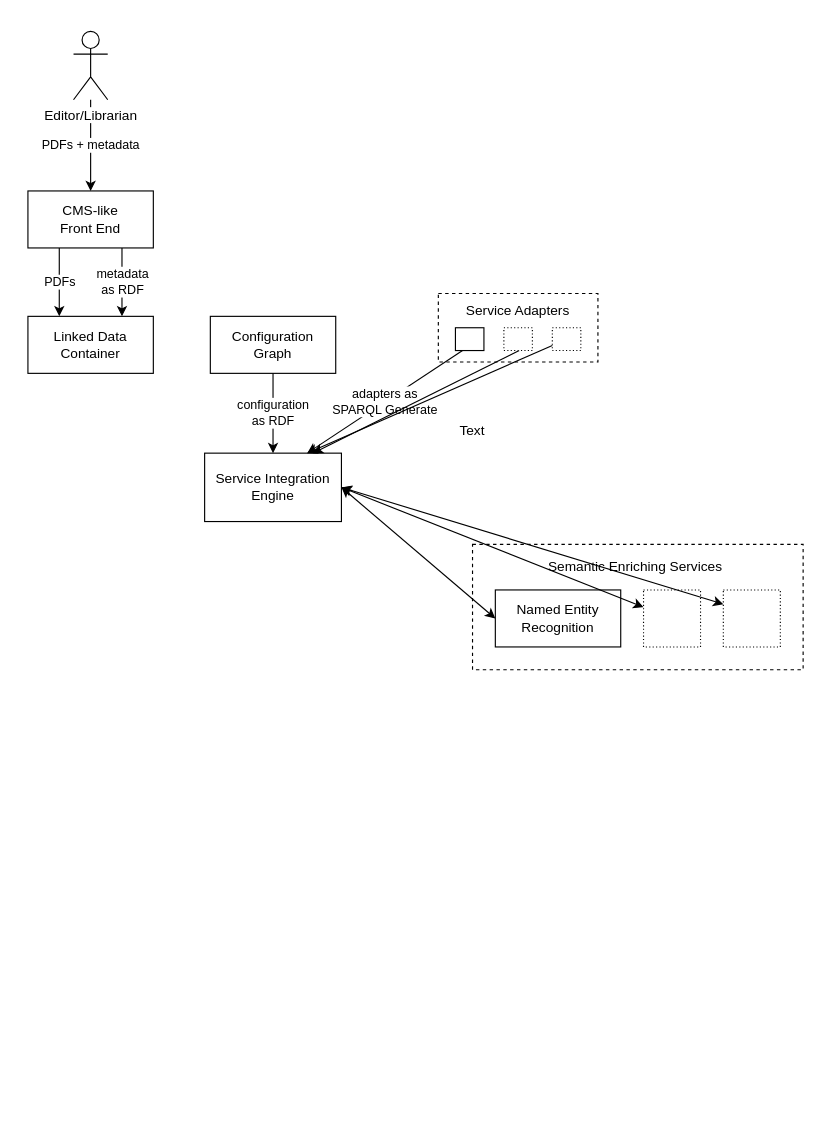
The draw.io diagram Pipeline Diagram.drawio in miguel76/arca-design, before the edit. Source tidied: cells renumbered, new cells numbered last; positions are measured from the earlier drawing's top-left corner, leaving out a move shared by most shapes. Both pictures are drawn from the tidied source at 114%, with x=0, y=0 at pixel (27, 31).
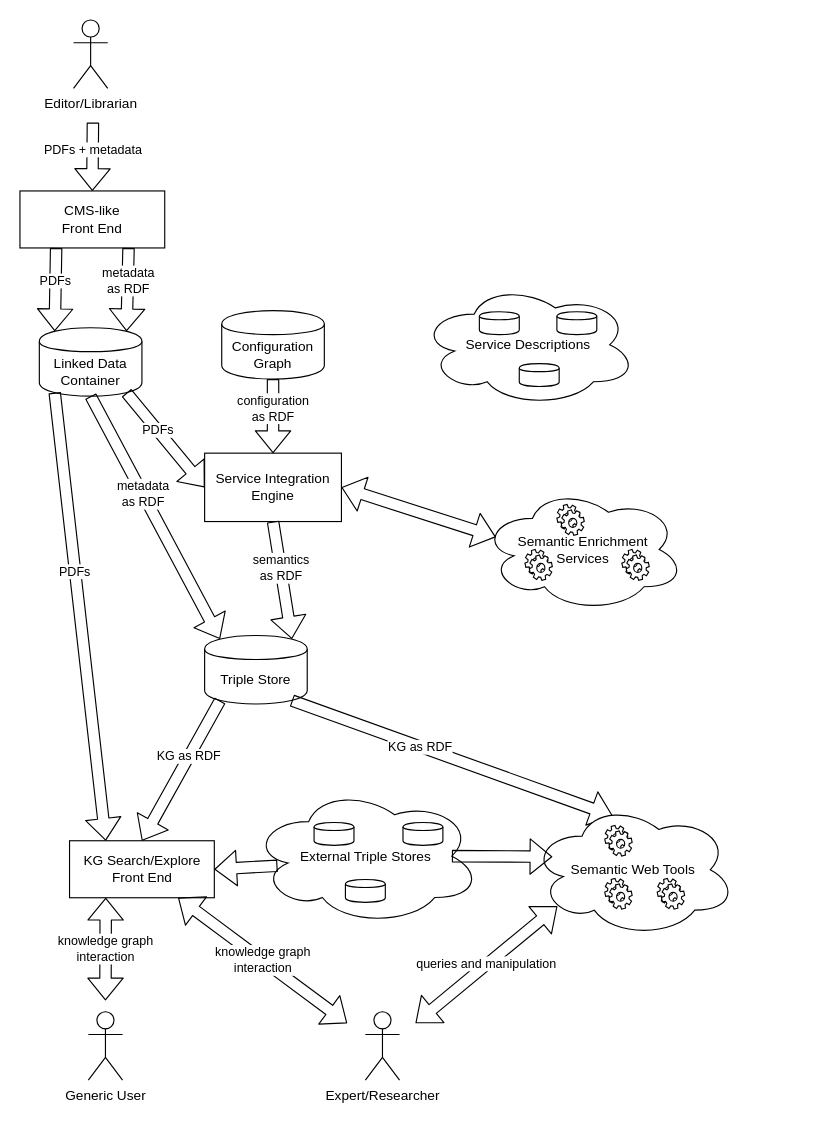
The same diagram, later.

The change refers to these unchanged cells:
```xml
<mxCell id="12" value="Service Integration Engine" style="rounded=0;whiteSpace=wrap;html=1;" parent="1" vertex="1">
  <mxGeometry x="155" y="370" width="120" height="60" as="geometry" />
</mxCell>
```

Change to the diagram source:
```diff
@@
-    <mxCell id="2" value="Linked Data Container" style="rounded=0;whiteSpace=wrap;html=1;" parent="1" vertex="1">
-      <mxGeometry y="250" width="110" height="50" as="geometry" />
-    </mxCell>
-    <mxCell id="3" style="rounded=0;whiteSpace=wrap;html=1;dashed=1;" parent="1" vertex="1">
-      <mxGeometry x="390" y="450" width="290" height="110" as="geometry" />
-    </mxCell>
-    <mxCell id="4" value="Named Entity Recognition" style="rounded=0;whiteSpace=wrap;html=1;" parent="1" vertex="1">
-      <mxGeometry x="410" y="490" width="110" height="50" as="geometry" />
-    </mxCell>
-    <mxCell id="5" value="Semantic Enriching Services" style="text;html=1;strokeColor=none;fillColor=none;align=center;verticalAlign=middle;whiteSpace=wrap;rounded=0;dashed=1;" parent="1" vertex="1">
-      <mxGeometry x="453" y="460" width="160" height="20" as="geometry" />
-    </mxCell>
-    <mxCell id="6" style="rounded=0;whiteSpace=wrap;html=1;dashed=1;dashPattern=1 2;" parent="1" vertex="1">
-      <mxGeometry x="540" y="490" width="50" height="50" as="geometry" />
-    </mxCell>
-    <mxCell id="7" style="rounded=0;whiteSpace=wrap;html=1;dashed=1;dashPattern=1 2;" parent="1" vertex="1">
-      <mxGeometry x="610" y="490" width="50" height="50" as="geometry" />
-    </mxCell>
-    <mxCell id="8" value="PDFs&amp;nbsp;+ metadata" style="edgeStyle=orthogonalEdgeStyle;rounded=0;jettySize=auto;html=1;" parent="1" edge="1" source="9" target="10">
-      <mxGeometry relative="1" as="geometry" />
-    </mxCell>
     <mxCell id="9" value="Editor/Librarian" style="shape=umlActor;verticalLabelPosition=bottom;labelBackgroundColor=#ffffff;verticalAlign=top;html=1;outlineConnect=0;" parent="1" vertex="1">
-      <mxGeometry x="40" width="30" height="60" as="geometry" />
+      <mxGeometry x="40" y="-10" width="30" height="60" as="geometry" />
     </mxCell>
     <mxCell id="10" value="CMS-like&lt;br&gt;Front End" style="rounded=0;whiteSpace=wrap;html=1;" parent="1" vertex="1">
-      <mxGeometry y="140" width="110" height="50" as="geometry" />
+      <mxGeometry x="-7" y="140" width="127" height="50" as="geometry" />
     </mxCell>
-    <mxCell id="11" value="PDFs" style="endArrow=classic;html=1;exitX=0.25;exitY=1;exitDx=0;exitDy=0;entryX=0.25;entryY=0;entryDx=0;entryDy=0;" parent="1" edge="1" source="10" target="2">
-      <mxGeometry relative="1" as="geometry" />
-    </mxCell>
@@
-    <mxCell id="13" value="metadata&lt;br&gt;as RDF" style="endArrow=classic;html=1;exitX=0.75;exitY=1;exitDx=0;exitDy=0;entryX=0.75;entryY=0;entryDx=0;entryDy=0;" parent="1" edge="1" source="10" target="2">
-      <mxGeometry relative="1" as="geometry" />
-    </mxCell>
+    <mxCell id="2" value="&lt;span&gt;Linked Data Container&lt;/span&gt;" style="shape=cylinder;whiteSpace=wrap;html=1;boundedLbl=1;backgroundOutline=1;" parent="1" vertex="1">
+      <mxGeometry x="10" y="260" width="90" height="60" as="geometry" />
+    </mxCell>
-    <mxCell id="14" value="Configuration Graph&lt;br&gt;" style="rounded=0;whiteSpace=wrap;html=1;" parent="1" vertex="1">
-      <mxGeometry x="160" y="250" width="110" height="50" as="geometry" />
+    <mxCell id="14" value="&lt;span&gt;Configuration Graph&lt;/span&gt;" style="shape=cylinder;whiteSpace=wrap;html=1;boundedLbl=1;backgroundOutline=1;" parent="1" vertex="1">
+      <mxGeometry x="170" y="245" width="90" height="60" as="geometry" />
     </mxCell>
+    <mxCell id="28" value="&lt;span&gt;Triple Store&lt;/span&gt;" style="shape=cylinder;whiteSpace=wrap;html=1;boundedLbl=1;backgroundOutline=1;" parent="1" vertex="1">
+      <mxGeometry x="155" y="530" width="90" height="60" as="geometry" />
+    </mxCell>
+    <mxCell id="29" value="KG Search/Explore&lt;br&gt;Front End" style="rounded=0;whiteSpace=wrap;html=1;" parent="1" vertex="1">
+      <mxGeometry x="36.5" y="710" width="127" height="50" as="geometry" />
+    </mxCell>
+    <mxCell id="30" value="Generic User" style="shape=umlActor;verticalLabelPosition=bottom;labelBackgroundColor=#ffffff;verticalAlign=top;html=1;" parent="1" vertex="1">
+      <mxGeometry x="53" y="860" width="30" height="60" as="geometry" />
+    </mxCell>
+    <mxCell id="31" value="Expert/Researcher" style="shape=umlActor;verticalLabelPosition=bottom;labelBackgroundColor=#ffffff;verticalAlign=top;html=1;" parent="1" vertex="1">
+      <mxGeometry x="296" y="860" width="30" height="60" as="geometry" />
+    </mxCell>
+    <mxCell id="8" value="PDFs&amp;nbsp;+ metadata" style="shape=flexArrow;endArrow=classic;html=1;entryX=0.5;entryY=0;entryDx=0;entryDy=0;" parent="1" edge="1" target="10">
+      <mxGeometry x="-0.2" relative="1" as="geometry">
+        <mxPoint x="57" y="80" as="sourcePoint" />
+      </mxGeometry>
+    </mxCell>
+    <mxCell id="32" value="PDFs" style="shape=flexArrow;endArrow=classic;html=1;entryX=0.15;entryY=0.05;entryDx=0;entryDy=0;exitX=0.25;exitY=1;exitDx=0;exitDy=0;entryPerimeter=0;" parent="1" edge="1" source="10" target="2">
+      <mxGeometry x="-0.2" relative="1" as="geometry" />
+    </mxCell>
+    <mxCell id="33" value="metadata&lt;br&gt;as RDF&lt;br&gt;" style="shape=flexArrow;endArrow=classic;html=1;entryX=0.85;entryY=0.05;entryDx=0;entryDy=0;entryPerimeter=0;exitX=0.75;exitY=1;exitDx=0;exitDy=0;" parent="1" edge="1" source="10" target="2">
+      <mxGeometry x="-0.2" relative="1" as="geometry" />
+    </mxCell>
+    <mxCell id="34" value="PDFs" style="shape=flexArrow;endArrow=classic;html=1;entryX=0.25;entryY=0;entryDx=0;entryDy=0;exitX=0.15;exitY=0.95;exitDx=0;exitDy=0;exitPerimeter=0;" parent="1" edge="1" source="2" target="29">
+      <mxGeometry x="-0.2" relative="1" as="geometry" />
+    </mxCell>
+    <mxCell id="35" value="metadata&lt;br&gt;as RDF&lt;br&gt;" style="shape=flexArrow;endArrow=classic;html=1;entryX=0.15;entryY=0.05;entryDx=0;entryDy=0;entryPerimeter=0;exitX=0.5;exitY=1;exitDx=0;exitDy=0;" parent="1" edge="1" source="2" target="28">
+      <mxGeometry x="-0.2" relative="1" as="geometry" />
+    </mxCell>
+    <mxCell id="36" value="PDFs" style="shape=flexArrow;endArrow=classic;html=1;entryX=0;entryY=0.5;entryDx=0;entryDy=0;exitX=0.85;exitY=0.95;exitDx=0;exitDy=0;exitPerimeter=0;" parent="1" edge="1" source="2" target="12">
+      <mxGeometry x="-0.2" relative="1" as="geometry" />
+    </mxCell>
-    <mxCell id="15" value="configuration&lt;br&gt;as RDF" style="endArrow=classic;html=1;" parent="1" edge="1" source="14" target="12">
-      <mxGeometry relative="1" as="geometry" />
+    <mxCell id="15" value="configuration&lt;br&gt;as RDF&lt;br&gt;" style="shape=flexArrow;endArrow=classic;html=1;entryX=0.5;entryY=0;entryDx=0;entryDy=0;exitX=0.5;exitY=1;exitDx=0;exitDy=0;" parent="1" edge="1" source="14" target="12">
+      <mxGeometry x="-0.2" relative="1" as="geometry" />
     </mxCell>
-    <mxCell id="16" style="rounded=0;whiteSpace=wrap;html=1;dashed=1;" parent="1" vertex="1">
-      <mxGeometry x="360" y="230" width="140" height="60" as="geometry" />
-    </mxCell>
-    <mxCell id="17" style="rounded=0;whiteSpace=wrap;html=1;" parent="1" vertex="1">
-      <mxGeometry x="375" y="260" width="25" height="20" as="geometry" />
-    </mxCell>
-    <mxCell id="18" value="Service Adapters" style="text;html=1;strokeColor=none;fillColor=none;align=center;verticalAlign=middle;whiteSpace=wrap;rounded=0;dashed=1;" parent="1" vertex="1">
-      <mxGeometry x="350" y="235" width="160" height="20" as="geometry" />
-    </mxCell>
-    <mxCell id="19" style="rounded=0;whiteSpace=wrap;html=1;dashed=1;dashPattern=1 2;" parent="1" vertex="1">
-      <mxGeometry x="460" y="260" width="25" height="20" as="geometry" />
-    </mxCell>
-    <mxCell id="20" value="adapters&amp;nbsp;as&lt;br&gt;SPARQL Generate" style="endArrow=classic;html=1;exitX=0.25;exitY=1;exitDx=0;exitDy=0;entryX=0.75;entryY=0;entryDx=0;entryDy=0;" parent="1" edge="1" source="17" target="12">
-      <mxGeometry relative="1" as="geometry" />
-    </mxCell>
-    <mxCell id="21" style="endArrow=classic;html=1;exitX=0.5;exitY=1;exitDx=0;exitDy=0;" parent="1" edge="1">
-      <mxGeometry relative="1" as="geometry">
-        <mxPoint x="431" y="280" as="sourcePoint" />
-        <mxPoint x="250" y="370" as="targetPoint" />
-      </mxGeometry>
-    </mxCell>
-    <mxCell id="22" value="Text" style="text;html=1;align=left;verticalAlign=top;spacingTop=-4;" parent="1" vertex="1">
-      <mxGeometry x="377" y="341" width="40" height="20" as="geometry" />
-    </mxCell>
-    <mxCell id="23" style="endArrow=classic;html=1;entryX=0.75;entryY=0;entryDx=0;entryDy=0;" parent="1" edge="1" source="19" target="12">
-      <mxGeometry relative="1" as="geometry" />
-    </mxCell>
-    <mxCell id="24" style="rounded=0;whiteSpace=wrap;html=1;dashed=1;dashPattern=1 2;" parent="1" vertex="1">
-      <mxGeometry x="417.5" y="260" width="25" height="20" as="geometry" />
-    </mxCell>
-    <mxCell id="25" style="endArrow=classic;startArrow=classic;html=1;entryX=1;entryY=0.5;entryDx=0;entryDy=0;exitX=0;exitY=0.5;exitDx=0;exitDy=0;" parent="1" edge="1" source="4" target="12">
-      <mxGeometry relative="1" as="geometry" />
-    </mxCell>
-    <mxCell id="26" style="endArrow=classic;startArrow=classic;html=1;exitX=1;exitY=0.5;exitDx=0;exitDy=0;" parent="1" edge="1" source="12" target="6">
-      <mxGeometry relative="1" as="geometry" />
-    </mxCell>
-    <mxCell id="27" style="endArrow=classic;startArrow=classic;html=1;exitX=1;exitY=0.5;exitDx=0;exitDy=0;entryX=0;entryY=0.25;entryDx=0;entryDy=0;" parent="1" edge="1" source="12" target="7">
-      <mxGeometry relative="1" as="geometry" />
-    </mxCell>
+    <mxCell id="37" value="semantics&lt;br&gt;as RDF&lt;br&gt;" style="shape=flexArrow;endArrow=classic;html=1;entryX=0.85;entryY=0.05;entryDx=0;entryDy=0;entryPerimeter=0;exitX=0.5;exitY=1;exitDx=0;exitDy=0;" parent="1" edge="1" source="12" target="28">
+      <mxGeometry x="-0.2" relative="1" as="geometry" />
+    </mxCell>
+    <mxCell id="38" value="KG as RDF&lt;br&gt;" style="shape=flexArrow;endArrow=classic;html=1;entryX=0.5;entryY=0;entryDx=0;entryDy=0;exitX=0.15;exitY=0.95;exitDx=0;exitDy=0;exitPerimeter=0;" parent="1" edge="1" source="28" target="29">
+      <mxGeometry x="-0.2" relative="1" as="geometry" />
+    </mxCell>
+    <mxCell id="39" value="KG as RDF&lt;br&gt;" style="shape=flexArrow;endArrow=classic;html=1;exitX=0.85;exitY=0.95;exitDx=0;exitDy=0;exitPerimeter=0;entryX=0.4;entryY=0.1;entryDx=0;entryDy=0;entryPerimeter=0;" parent="1" edge="1" source="28" target="43">
+      <mxGeometry x="-0.2" relative="1" as="geometry" />
+    </mxCell>
+    <mxCell id="40" value="knowledge graph&lt;br&gt;interaction" style="shape=flexArrow;endArrow=classic;startArrow=classic;html=1;entryX=0.25;entryY=1;entryDx=0;entryDy=0;" parent="1" edge="1" target="29">
+      <mxGeometry relative="1" as="geometry">
+        <mxPoint x="68" y="850" as="sourcePoint" />
+      </mxGeometry>
+    </mxCell>
+    <mxCell id="41" value="knowledge graph&lt;br&gt;interaction" style="shape=flexArrow;endArrow=classic;startArrow=classic;html=1;entryX=0.75;entryY=1;entryDx=0;entryDy=0;" parent="1" edge="1" target="29">
+      <mxGeometry relative="1" as="geometry">
+        <mxPoint x="280" y="870" as="sourcePoint" />
+      </mxGeometry>
+    </mxCell>
+    <mxCell id="42" style="group;" parent="1" vertex="1">
+      <mxGeometry x="441" y="676.5" width="180" height="118" as="geometry" />
+    </mxCell>
+    <mxCell id="43" value="Semantic Web Tools" style="ellipse;shape=cloud;whiteSpace=wrap;html=1;" parent="42" vertex="1">
+      <mxGeometry width="180" height="118" as="geometry" />
+    </mxCell>
+    <mxCell id="44" style="shape=mxgraph.bpmn.service_task;html=1;" parent="42" vertex="1">
+      <mxGeometry x="65" y="20" width="24" height="27" as="geometry" />
+    </mxCell>
+    <mxCell id="45" style="shape=mxgraph.bpmn.service_task;html=1;" parent="42" vertex="1">
+      <mxGeometry x="111" y="66.5" width="24" height="27" as="geometry" />
+    </mxCell>
+    <mxCell id="46" style="shape=mxgraph.bpmn.service_task;html=1;" parent="42" vertex="1">
+      <mxGeometry x="65" y="66.5" width="24" height="27" as="geometry" />
+    </mxCell>
+    <mxCell id="47" style="group;" parent="1" vertex="1">
+      <mxGeometry x="196" y="663" width="201" height="121" as="geometry" />
+    </mxCell>
+    <mxCell id="48" value="External Triple Stores" style="ellipse;shape=cloud;whiteSpace=wrap;html=1;" parent="47" vertex="1">
+      <mxGeometry width="201" height="121" as="geometry" />
+    </mxCell>
+    <mxCell id="49" style="shape=cylinder;whiteSpace=wrap;html=1;boundedLbl=1;backgroundOutline=1;" parent="47" vertex="1">
+      <mxGeometry x="55" y="31" width="35" height="20" as="geometry" />
+    </mxCell>
+    <mxCell id="50" style="shape=cylinder;whiteSpace=wrap;html=1;boundedLbl=1;backgroundOutline=1;" parent="47" vertex="1">
+      <mxGeometry x="82.5" y="81" width="35" height="20" as="geometry" />
+    </mxCell>
+    <mxCell id="51" style="shape=cylinder;whiteSpace=wrap;html=1;boundedLbl=1;backgroundOutline=1;" parent="47" vertex="1">
+      <mxGeometry x="133" y="31" width="35" height="20" as="geometry" />
+    </mxCell>
+    <mxCell id="52" style="shape=flexArrow;endArrow=classic;html=1;entryX=1;entryY=0.5;entryDx=0;entryDy=0;exitX=0.114;exitY=0.57;exitDx=0;exitDy=0;exitPerimeter=0;" parent="1" edge="1" source="48" target="29">
+      <mxGeometry x="-0.2" relative="1" as="geometry" />
+    </mxCell>
+    <mxCell id="53" style="shape=flexArrow;endArrow=classic;html=1;exitX=0.875;exitY=0.5;exitDx=0;exitDy=0;exitPerimeter=0;" parent="1" edge="1" source="48">
+      <mxGeometry x="-0.2" relative="1" as="geometry">
+        <mxPoint x="460" y="724" as="targetPoint" />
+      </mxGeometry>
+    </mxCell>
+    <mxCell id="54" value="queries and manipulation" style="shape=flexArrow;endArrow=classic;startArrow=classic;html=1;entryX=0.13;entryY=0.77;entryDx=0;entryDy=0;entryPerimeter=0;" parent="1" edge="1" target="43">
+      <mxGeometry relative="1" as="geometry">
+        <mxPoint x="340" y="870" as="sourcePoint" />
+      </mxGeometry>
+    </mxCell>
+    <mxCell id="55" style="group;" parent="1" vertex="1">
+      <mxGeometry x="344" y="221" width="194" height="108" as="geometry" />
+    </mxCell>
+    <mxCell id="56" style="group;" parent="55" vertex="1">
+      <mxGeometry width="194" height="108" as="geometry" />
+    </mxCell>
+    <mxCell id="57" value="Service Descriptions" style="ellipse;shape=cloud;whiteSpace=wrap;html=1;" parent="56" vertex="1">
+      <mxGeometry width="190" height="108" as="geometry" />
+    </mxCell>
+    <mxCell id="58" style="shape=cylinder;whiteSpace=wrap;html=1;boundedLbl=1;backgroundOutline=1;" parent="56" vertex="1">
+      <mxGeometry x="52" y="25" width="35" height="20" as="geometry" />
+    </mxCell>
+    <mxCell id="59" style="shape=cylinder;whiteSpace=wrap;html=1;boundedLbl=1;backgroundOutline=1;" parent="56" vertex="1">
+      <mxGeometry x="87" y="70.5" width="35" height="20" as="geometry" />
+    </mxCell>
+    <mxCell id="60" style="shape=cylinder;whiteSpace=wrap;html=1;boundedLbl=1;backgroundOutline=1;" parent="56" vertex="1">
+      <mxGeometry x="120" y="25" width="35" height="20" as="geometry" />
+    </mxCell>
+    <mxCell id="61" style="group;" parent="1" vertex="1">
+      <mxGeometry x="398" y="400" width="178" height="109" as="geometry" />
+    </mxCell>
+    <mxCell id="62" value="Semantic Enrichment&lt;br&gt;Services" style="ellipse;shape=cloud;whiteSpace=wrap;html=1;" parent="61" vertex="1">
+      <mxGeometry width="178" height="109" as="geometry" />
+    </mxCell>
+    <mxCell id="63" style="shape=mxgraph.bpmn.service_task;html=1;" parent="61" vertex="1">
+      <mxGeometry x="66" y="15" width="24" height="27" as="geometry" />
+    </mxCell>
+    <mxCell id="64" style="shape=mxgraph.bpmn.service_task;html=1;" parent="61" vertex="1">
+      <mxGeometry x="123" y="54.5" width="24" height="27" as="geometry" />
+    </mxCell>
+    <mxCell id="65" style="shape=mxgraph.bpmn.service_task;html=1;" parent="61" vertex="1">
+      <mxGeometry x="38" y="54.5" width="24" height="27" as="geometry" />
+    </mxCell>
+    <mxCell id="66" style="shape=flexArrow;endArrow=classic;startArrow=classic;html=1;entryX=0.07;entryY=0.4;entryDx=0;entryDy=0;entryPerimeter=0;exitX=1;exitY=0.5;exitDx=0;exitDy=0;" parent="1" edge="1" source="12" target="62">
+      <mxGeometry relative="1" as="geometry" />
+    </mxCell>
```
